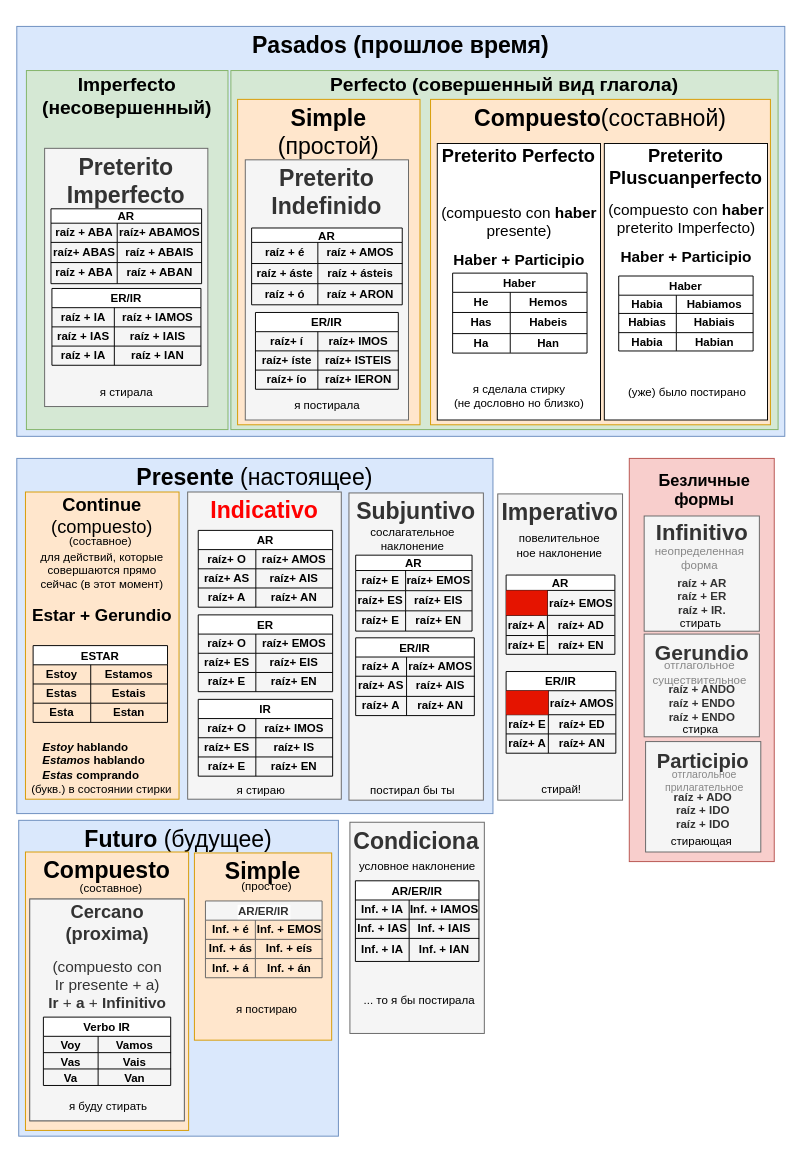
Above: espverb.drawio in 2zlodey/4drawio (draw.io), before the change. Source tidied: cells renumbered, new cells numbered last; positions are measured from the earlier drawing's top-left corner, leaving out a move shared by most shapes. Both pictures are drawn from the tidied source at 96%, with x=0, y=0 at pixel (16, 26).
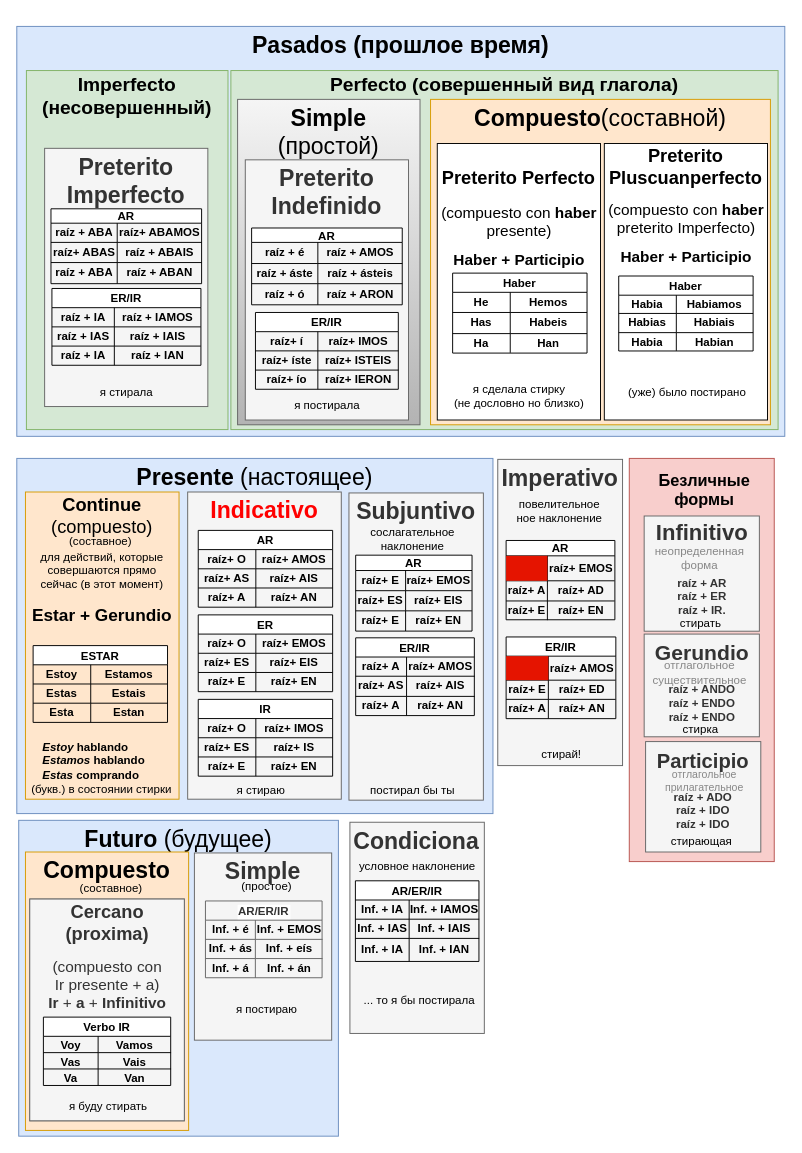
Above is the later version.

Unchanged cells that the change refers to:
```xml
<mxCell id="119" style="group;" parent="1" vertex="1">
  <mxGeometry x="428" y="122" width="190" height="288" as="geometry" />
</mxCell>
```

The edit, as a diff of the source:
```diff
@@
-    <mxCell id="3" value="&lt;h1&gt;Simple&lt;br&gt;&lt;/h1&gt;&lt;p&gt;&lt;br&gt;&lt;/p&gt;" style="text;html=1;strokeColor=#d79b00;fillColor=#ffe6cc;spacing=5;spacingTop=-20;whiteSpace=wrap;overflow=hidden;rounded=0;align=center;fontStyle=1;" parent="1" vertex="1">
+    <mxCell id="3" value="&lt;h1&gt;Simple&lt;br&gt;&lt;/h1&gt;&lt;p&gt;&lt;br&gt;&lt;/p&gt;" style="text;html=1;strokeColor=#666666;fillColor=#f5f5f5;spacing=5;spacingTop=-20;whiteSpace=wrap;overflow=hidden;rounded=0;align=center;fontStyle=1;fontColor=#333333;" parent="1" vertex="1">
       <mxGeometry x="185" y="861" width="143" height="195" as="geometry" />
     </mxCell>
@@
-    <mxCell id="8" value="&lt;h1&gt;Simple&lt;span style=&quot;&quot;&gt;&lt;/span&gt;&lt;br&gt;&lt;span style=&quot;font-weight: normal;&quot;&gt;(простой)&lt;br&gt;&lt;/span&gt;&lt;/h1&gt;&lt;p&gt;&lt;br&gt;&lt;/p&gt;" style="text;html=1;strokeColor=#d79b00;fillColor=#ffe6cc;spacing=5;spacingTop=-20;whiteSpace=wrap;overflow=hidden;rounded=0;align=center;fontStyle=1;" parent="1" vertex="1">
+    <mxCell id="8" value="&lt;h1&gt;Simple&lt;span style=&quot;&quot;&gt;&lt;/span&gt;&lt;br&gt;&lt;span style=&quot;font-weight: normal;&quot;&gt;(простой)&lt;br&gt;&lt;/span&gt;&lt;/h1&gt;&lt;p&gt;&lt;br&gt;&lt;/p&gt;" style="text;html=1;spacing=5;spacingTop=-20;whiteSpace=wrap;overflow=hidden;rounded=0;align=center;fontStyle=1;fillColor=#f5f5f5;strokeColor=#666666;gradientColor=#b3b3b3;" parent="1" vertex="1">
       <mxGeometry x="230" y="76" width="190" height="339" as="geometry" />
     </mxCell>
@@
     <mxCell id="65" style="group;fontStyle=1;" parent="1" vertex="1">
-      <mxGeometry x="501" y="486" width="135.9" height="322" as="geometry" />
+      <mxGeometry x="501" y="450" width="135.9" height="322" as="geometry" />
     </mxCell>
@@
-    <mxCell id="120" value="&lt;h1 style=&quot;font-size: 19px;&quot;&gt;Preterito Perfecto&lt;/h1&gt;" style="text;html=1;spacing=5;spacingTop=-20;whiteSpace=wrap;overflow=hidden;rounded=0;align=center;fillColor=default;fontStyle=1;strokeColor=default;" parent="119" vertex="1">
+    <mxCell id="120" value="&lt;h1 style=&quot;font-size: 19px;&quot;&gt;&lt;br&gt;Preterito Perfecto&lt;/h1&gt;" style="text;html=1;spacing=5;spacingTop=-20;whiteSpace=wrap;overflow=hidden;rounded=0;align=center;fillColor=default;fontStyle=1;strokeColor=default;" parent="119" vertex="1">
       <mxGeometry x="10" width="170" height="288" as="geometry" />
     </mxCell>
```
